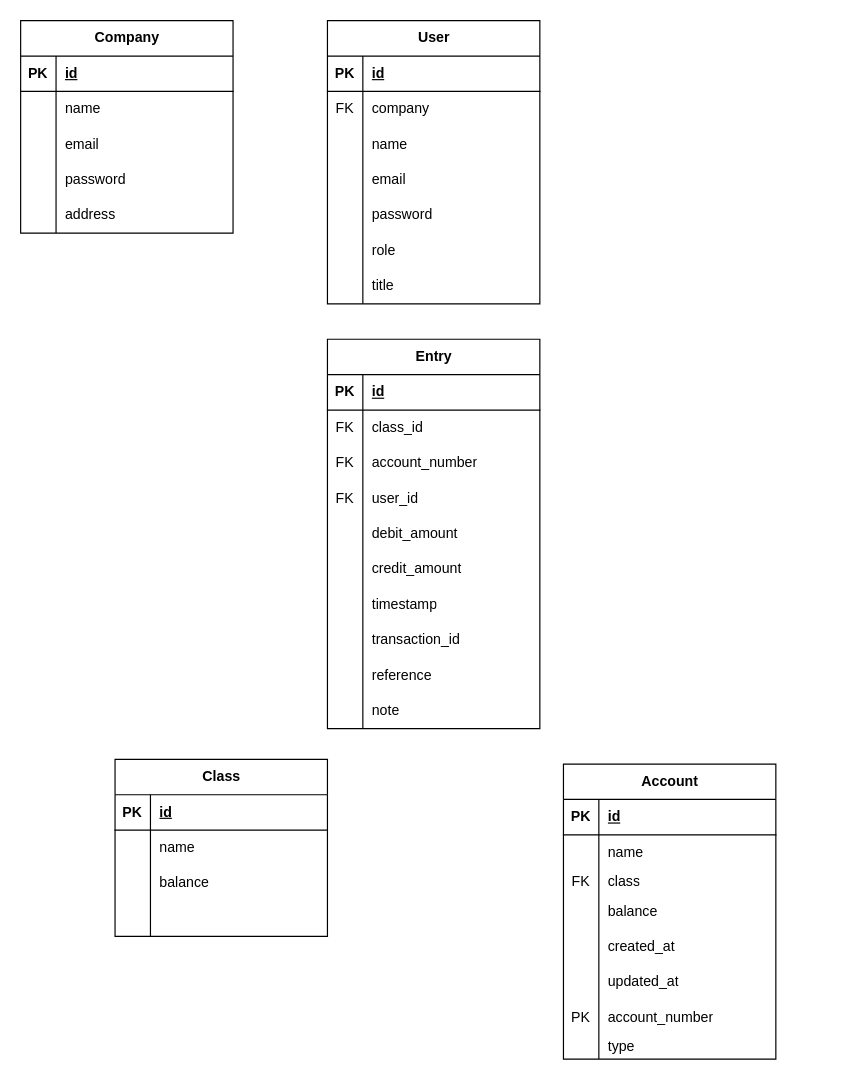
This is ledger/docs/erd.drawio from rishadsanian/ledger, a draw.io file, before an edit. Source tidied: cells renumbered, new cells numbered last; positions are measured from the earlier drawing's top-left corner, leaving out a move shared by most shapes. Both pictures are drawn from the tidied source at 118%, with x=0, y=0 at pixel (20, 20).
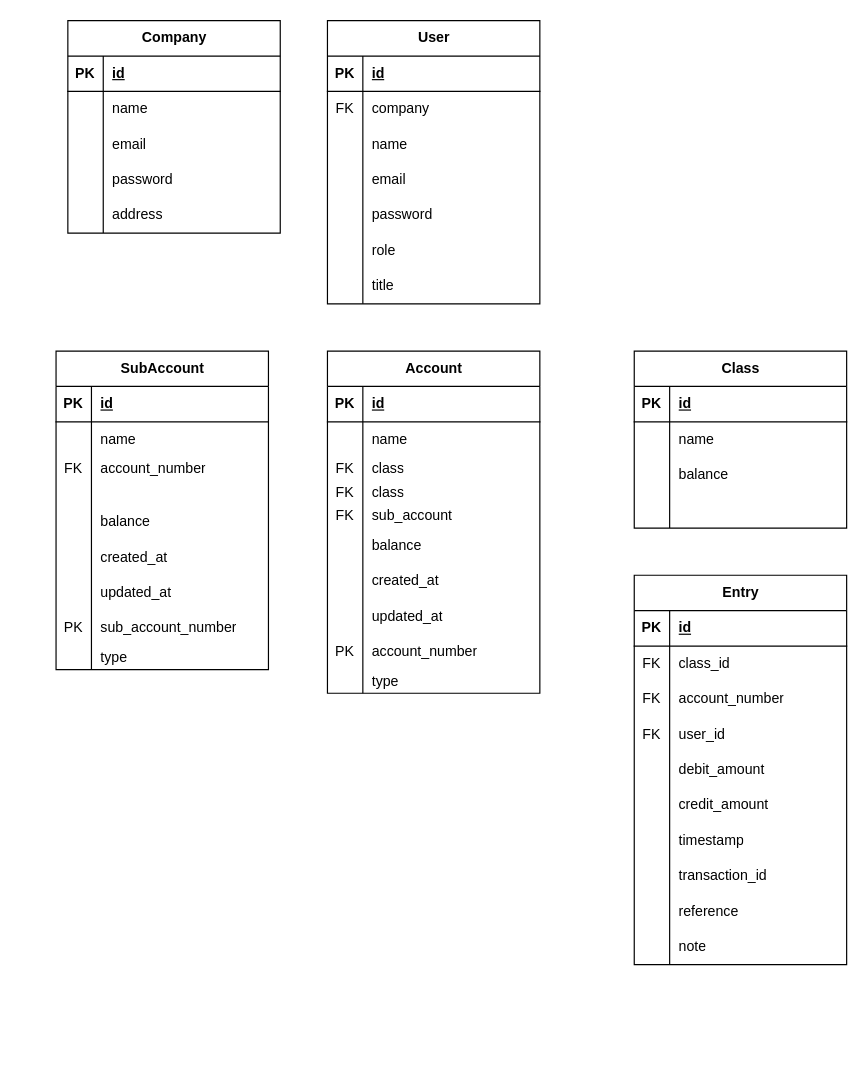
The same page after the edit.

What changed in the source:
```diff
@@
     <mxCell id="2" value="Entry" style="shape=table;startSize=30;childLayout=tableLayout;rowLines=0;fontStyle=1;align=center;html=1;" parent="1" vertex="1">
-      <mxGeometry x="260" y="270" width="180" height="330" as="geometry" />
+      <mxGeometry x="520" y="470" width="180" height="330" as="geometry" />
     </mxCell>
@@
     <mxCell id="33" value="Account" style="shape=table;startSize=30;childLayout=tableLayout;rowLines=0;fontStyle=1;align=center;html=1;" parent="1" vertex="1">
-      <mxGeometry x="460" y="630" width="180" height="250" as="geometry" />
+      <mxGeometry x="260" y="280" width="180" height="290" as="geometry" />
     </mxCell>
@@
+    <mxCell id="109" style="shape=tableRow;horizontal=0;startSize=0;swimlaneHead=0;swimlaneBody=0;fillColor=none;top=0;left=0;right=0;bottom=0;" parent="33" vertex="1">
+      <mxGeometry y="90" width="180" height="20" as="geometry" />
+    </mxCell>
+    <mxCell id="110" value="FK" style="shape=partialRectangle;fillColor=none;top=0;left=0;bottom=0;right=0;overflow=hidden;whiteSpace=wrap;html=1;" parent="109" vertex="1">
+      <mxGeometry width="30" height="20" as="geometry" />
+    </mxCell>
+    <mxCell id="111" value="class" style="shape=partialRectangle;fillColor=none;top=0;left=0;bottom=0;right=0;align=left;spacingLeft=6;overflow=hidden;whiteSpace=wrap;html=1;" parent="109" vertex="1">
+      <mxGeometry x="30" width="150" height="20" as="geometry" />
+    </mxCell>
     <mxCell id="40" style="shape=tableRow;horizontal=0;startSize=0;swimlaneHead=0;swimlaneBody=0;fillColor=none;top=0;left=0;right=0;bottom=0;" parent="33" vertex="1">
-      <mxGeometry y="90" width="180" height="20" as="geometry" />
+      <mxGeometry y="110" width="180" height="20" as="geometry" />
     </mxCell>
@@
+    <mxCell id="112" style="shape=tableRow;horizontal=0;startSize=0;swimlaneHead=0;swimlaneBody=0;fillColor=none;top=0;left=0;right=0;bottom=0;" parent="33" vertex="1">
+      <mxGeometry y="130" width="180" height="20" as="geometry" />
+    </mxCell>
+    <mxCell id="113" value="FK" style="shape=partialRectangle;fillColor=none;top=0;left=0;bottom=0;right=0;overflow=hidden;whiteSpace=wrap;html=1;" parent="112" vertex="1">
+      <mxGeometry width="30" height="20" as="geometry" />
+    </mxCell>
+    <mxCell id="114" value="sub_account" style="shape=partialRectangle;fillColor=none;top=0;left=0;bottom=0;right=0;align=left;spacingLeft=6;overflow=hidden;whiteSpace=wrap;html=1;" parent="112" vertex="1">
+      <mxGeometry x="30" width="150" height="20" as="geometry" />
+    </mxCell>
     <mxCell id="43" style="shape=tableRow;horizontal=0;startSize=0;swimlaneHead=0;swimlaneBody=0;fillColor=none;top=0;left=0;right=0;bottom=0;" parent="33" vertex="1">
-      <mxGeometry y="110" width="180" height="30" as="geometry" />
+      <mxGeometry y="150" width="180" height="30" as="geometry" />
     </mxCell>
@@
     <mxCell id="46" style="shape=tableRow;horizontal=0;startSize=0;swimlaneHead=0;swimlaneBody=0;fillColor=none;top=0;left=0;right=0;bottom=0;" parent="33" vertex="1">
-      <mxGeometry y="140" width="180" height="30" as="geometry" />
+      <mxGeometry y="180" width="180" height="30" as="geometry" />
     </mxCell>
@@
     <mxCell id="49" style="shape=tableRow;horizontal=0;startSize=0;swimlaneHead=0;swimlaneBody=0;fillColor=none;top=0;left=0;right=0;bottom=0;" parent="33" vertex="1">
-      <mxGeometry y="170" width="180" height="30" as="geometry" />
+      <mxGeometry y="210" width="180" height="30" as="geometry" />
     </mxCell>
@@
     <mxCell id="52" style="shape=tableRow;horizontal=0;startSize=0;swimlaneHead=0;swimlaneBody=0;fillColor=none;top=0;left=0;right=0;bottom=0;" parent="33" vertex="1">
-      <mxGeometry y="200" width="180" height="30" as="geometry" />
+      <mxGeometry y="240" width="180" height="30" as="geometry" />
     </mxCell>
@@
     <mxCell id="55" style="shape=tableRow;horizontal=0;startSize=0;swimlaneHead=0;swimlaneBody=0;fillColor=none;top=0;left=0;right=0;bottom=0;" parent="33" vertex="1">
-      <mxGeometry y="230" width="180" height="20" as="geometry" />
+      <mxGeometry y="270" width="180" height="20" as="geometry" />
     </mxCell>
@@
     <mxCell id="80" value="Class" style="shape=table;startSize=30;childLayout=tableLayout;rowLines=0;fontStyle=1;align=center;html=1;" parent="1" vertex="1">
-      <mxGeometry x="80" y="626" width="180" height="150" as="geometry" />
+      <mxGeometry x="520" y="280" width="180" height="150" as="geometry" />
     </mxCell>
@@
     <mxCell id="93" value="Company" style="shape=table;startSize=30;childLayout=tableLayout;rowLines=0;fontStyle=1;align=center;html=1;" parent="1" vertex="1">
-      <mxGeometry width="180" height="180" as="geometry" />
+      <mxGeometry x="40" width="180" height="180" as="geometry" />
     </mxCell>
@@
+    <mxCell id="115" value="SubAccount" style="shape=table;startSize=30;childLayout=tableLayout;rowLines=0;fontStyle=1;align=center;html=1;" parent="1" vertex="1">
+      <mxGeometry x="30" y="280" width="180" height="270" as="geometry" />
+    </mxCell>
+    <mxCell id="116" style="shape=tableRow;horizontal=0;startSize=0;swimlaneHead=0;swimlaneBody=0;fillColor=none;top=0;left=0;right=0;bottom=1;" parent="115" vertex="1">
+      <mxGeometry y="30" width="180" height="30" as="geometry" />
+    </mxCell>
+    <mxCell id="117" value="PK" style="shape=partialRectangle;fillColor=none;top=0;left=0;bottom=0;right=0;fontStyle=1;overflow=hidden;whiteSpace=wrap;html=1;" parent="116" vertex="1">
+      <mxGeometry width="30" height="30" as="geometry" />
+    </mxCell>
+    <mxCell id="118" value="id" style="shape=partialRectangle;fillColor=none;top=0;left=0;bottom=0;right=0;align=left;spacingLeft=6;fontStyle=5;overflow=hidden;whiteSpace=wrap;html=1;" parent="116" vertex="1">
+      <mxGeometry x="30" width="150" height="30" as="geometry" />
+    </mxCell>
+    <mxCell id="119" style="shape=tableRow;horizontal=0;startSize=0;swimlaneHead=0;swimlaneBody=0;fillColor=none;top=0;left=0;right=0;bottom=0;" parent="115" vertex="1">
+      <mxGeometry y="60" width="180" height="30" as="geometry" />
+    </mxCell>
+    <mxCell id="120" style="shape=partialRectangle;fillColor=none;top=0;left=0;bottom=0;right=0;overflow=hidden;whiteSpace=wrap;html=1;" parent="119" vertex="1">
+      <mxGeometry width="30" height="30" as="geometry" />
+    </mxCell>
+    <mxCell id="121" value="name" style="shape=partialRectangle;fillColor=none;top=0;left=0;bottom=0;right=0;align=left;spacingLeft=6;overflow=hidden;whiteSpace=wrap;html=1;" parent="119" vertex="1">
+      <mxGeometry x="30" width="150" height="30" as="geometry" />
+    </mxCell>
+    <mxCell id="122" style="shape=tableRow;horizontal=0;startSize=0;swimlaneHead=0;swimlaneBody=0;fillColor=none;top=0;left=0;right=0;bottom=0;" parent="115" vertex="1">
+      <mxGeometry y="90" width="180" height="20" as="geometry" />
+    </mxCell>
+    <mxCell id="123" value="FK" style="shape=partialRectangle;fillColor=none;top=0;left=0;bottom=0;right=0;overflow=hidden;whiteSpace=wrap;html=1;" parent="122" vertex="1">
+      <mxGeometry width="30" height="20" as="geometry" />
+    </mxCell>
+    <mxCell id="124" value="account_number" style="shape=partialRectangle;fillColor=none;top=0;left=0;bottom=0;right=0;align=left;spacingLeft=6;overflow=hidden;whiteSpace=wrap;html=1;" parent="122" vertex="1">
+      <mxGeometry x="30" width="150" height="20" as="geometry" />
+    </mxCell>
+    <mxCell id="125" style="shape=tableRow;horizontal=0;startSize=0;swimlaneHead=0;swimlaneBody=0;fillColor=none;top=0;left=0;right=0;bottom=0;" parent="115" vertex="1">
+      <mxGeometry y="110" width="180" height="20" as="geometry" />
+    </mxCell>
+    <mxCell id="126" style="shape=partialRectangle;fillColor=none;top=0;left=0;bottom=0;right=0;overflow=hidden;whiteSpace=wrap;html=1;" parent="125" vertex="1">
+      <mxGeometry width="30" height="20" as="geometry" />
+    </mxCell>
+    <mxCell id="127" style="shape=partialRectangle;fillColor=none;top=0;left=0;bottom=0;right=0;align=left;spacingLeft=6;overflow=hidden;whiteSpace=wrap;html=1;" parent="125" vertex="1">
+      <mxGeometry x="30" width="150" height="20" as="geometry" />
+    </mxCell>
+    <mxCell id="128" style="shape=tableRow;horizontal=0;startSize=0;swimlaneHead=0;swimlaneBody=0;fillColor=none;top=0;left=0;right=0;bottom=0;" parent="115" vertex="1">
+      <mxGeometry y="130" width="180" height="30" as="geometry" />
+    </mxCell>
+    <mxCell id="129" style="shape=partialRectangle;fillColor=none;top=0;left=0;bottom=0;right=0;overflow=hidden;whiteSpace=wrap;html=1;" parent="128" vertex="1">
+      <mxGeometry width="30" height="30" as="geometry" />
+    </mxCell>
+    <mxCell id="130" value="balance" style="shape=partialRectangle;fillColor=none;top=0;left=0;bottom=0;right=0;align=left;spacingLeft=6;overflow=hidden;whiteSpace=wrap;html=1;" parent="128" vertex="1">
+      <mxGeometry x="30" width="150" height="30" as="geometry" />
+    </mxCell>
+    <mxCell id="131" style="shape=tableRow;horizontal=0;startSize=0;swimlaneHead=0;swimlaneBody=0;fillColor=none;top=0;left=0;right=0;bottom=0;" parent="115" vertex="1">
+      <mxGeometry y="160" width="180" height="30" as="geometry" />
+    </mxCell>
+    <mxCell id="132" style="shape=partialRectangle;fillColor=none;top=0;left=0;bottom=0;right=0;overflow=hidden;whiteSpace=wrap;html=1;" parent="131" vertex="1">
+      <mxGeometry width="30" height="30" as="geometry" />
+    </mxCell>
+    <mxCell id="133" value="created_at" style="shape=partialRectangle;fillColor=none;top=0;left=0;bottom=0;right=0;align=left;spacingLeft=6;overflow=hidden;whiteSpace=wrap;html=1;" parent="131" vertex="1">
+      <mxGeometry x="30" width="150" height="30" as="geometry" />
+    </mxCell>
+    <mxCell id="134" style="shape=tableRow;horizontal=0;startSize=0;swimlaneHead=0;swimlaneBody=0;fillColor=none;top=0;left=0;right=0;bottom=0;" parent="115" vertex="1">
+      <mxGeometry y="190" width="180" height="30" as="geometry" />
+    </mxCell>
+    <mxCell id="135" style="shape=partialRectangle;fillColor=none;top=0;left=0;bottom=0;right=0;overflow=hidden;whiteSpace=wrap;html=1;" parent="134" vertex="1">
+      <mxGeometry width="30" height="30" as="geometry" />
+    </mxCell>
+    <mxCell id="136" value="updated_at" style="shape=partialRectangle;fillColor=none;top=0;left=0;bottom=0;right=0;align=left;spacingLeft=6;overflow=hidden;whiteSpace=wrap;html=1;" parent="134" vertex="1">
+      <mxGeometry x="30" width="150" height="30" as="geometry" />
+    </mxCell>
+    <mxCell id="137" style="shape=tableRow;horizontal=0;startSize=0;swimlaneHead=0;swimlaneBody=0;fillColor=none;top=0;left=0;right=0;bottom=0;" parent="115" vertex="1">
+      <mxGeometry y="220" width="180" height="30" as="geometry" />
+    </mxCell>
+    <mxCell id="138" value="PK" style="shape=partialRectangle;fillColor=none;top=0;left=0;bottom=0;right=0;overflow=hidden;whiteSpace=wrap;html=1;" parent="137" vertex="1">
+      <mxGeometry width="30" height="30" as="geometry" />
+    </mxCell>
+    <mxCell id="139" value="sub_account_number" style="shape=partialRectangle;fillColor=none;top=0;left=0;bottom=0;right=0;align=left;spacingLeft=6;overflow=hidden;whiteSpace=wrap;html=1;" parent="137" vertex="1">
+      <mxGeometry x="30" width="150" height="30" as="geometry" />
+    </mxCell>
+    <mxCell id="140" style="shape=tableRow;horizontal=0;startSize=0;swimlaneHead=0;swimlaneBody=0;fillColor=none;top=0;left=0;right=0;bottom=0;" parent="115" vertex="1">
+      <mxGeometry y="250" width="180" height="20" as="geometry" />
+    </mxCell>
+    <mxCell id="141" style="shape=partialRectangle;fillColor=none;top=0;left=0;bottom=0;right=0;overflow=hidden;whiteSpace=wrap;html=1;" parent="140" vertex="1">
+      <mxGeometry width="30" height="20" as="geometry" />
+    </mxCell>
+    <mxCell id="142" value="type" style="shape=partialRectangle;fillColor=none;top=0;left=0;bottom=0;right=0;align=left;spacingLeft=6;overflow=hidden;whiteSpace=wrap;html=1;" parent="140" vertex="1">
+      <mxGeometry x="30" width="150" height="20" as="geometry" />
+    </mxCell>
```
